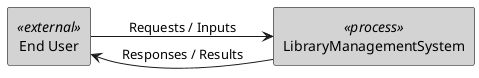
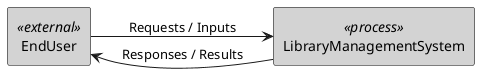
@startuml
left to right direction
skinparam rectangle {
  BackgroundColor LightGray
  BorderColor Black
}
skinparam package {
  BackgroundColor White
}
- rectangle "End User" <<external>>
- rectangle "LibraryManagementSystem" <<process>>
- "End User" --> "LibraryManagementSystem" : Requests / Inputs
- "LibraryManagementSystem" --> "End User" : Responses / Results
+ rectangle "EndUser" as EndUser <<external>>
+ rectangle "LibraryManagementSystem" as LibraryManagementSystem <<process>>
+ EndUser --> LibraryManagementSystem : Requests / Inputs
+ LibraryManagementSystem --> EndUser : Responses / Results
@enduml